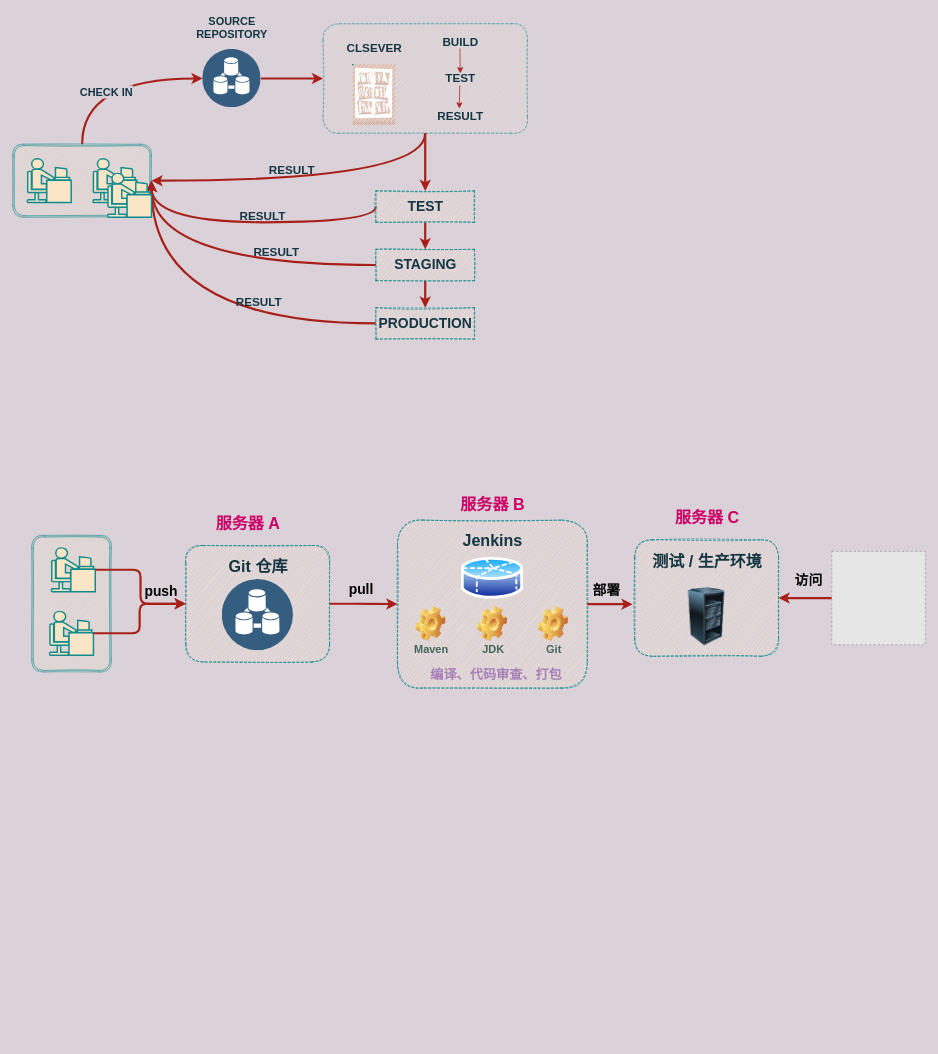
The draw.io diagram Jenkins.drawio in C-wx/MindManager, before the edit. Source tidied: cells renumbered, new cells numbered last; positions are measured from the earlier drawing's top-left corner, leaving out a move shared by most shapes. Both pictures are drawn from the tidied source at 73%, with x=0, y=0 at pixel (12, 12). Pictures stored in the file or linked from it are replaced by grey dashed boxes.
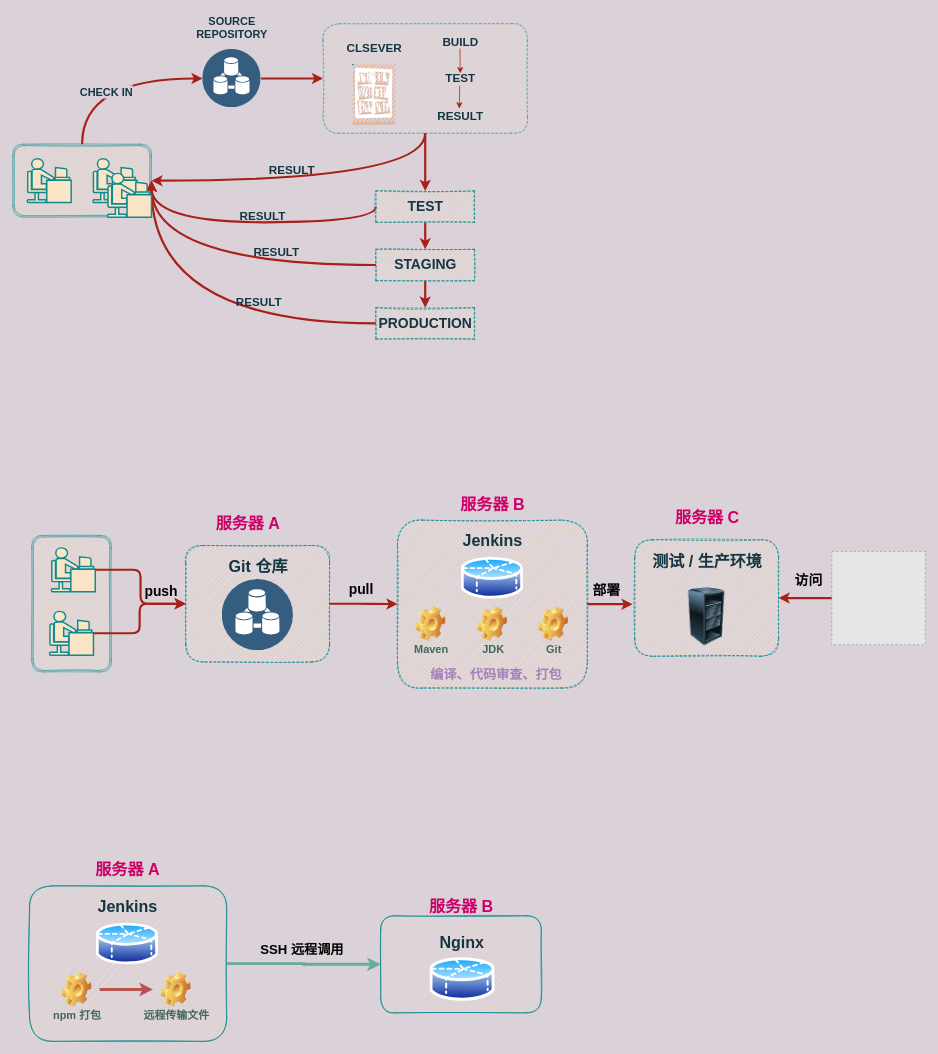
The same page after the edit.

The edit, as a diff of the source:
```diff
@@
+    <mxCell id="74" value="&lt;font style=&quot;font-size: 22px&quot;&gt;&lt;b&gt;服务器 A&lt;/b&gt;&lt;/font&gt;" style="text;html=1;align=center;verticalAlign=middle;fontSize=16;fontColor=#CC0066;" parent="1" vertex="1">
+      <mxGeometry x="108" y="1162" width="98" height="25" as="geometry" />
+    </mxCell>
+    <mxCell id="75" style="edgeStyle=orthogonalEdgeStyle;rounded=0;jettySize=auto;html=1;exitX=1;exitY=0.5;exitDx=0;exitDy=0;entryX=0;entryY=0.5;entryDx=0;entryDy=0;strokeWidth=4;strokeColor=#67AB9F;" parent="1" edge="1" source="77" target="88">
+      <mxGeometry relative="1" as="geometry" />
+    </mxCell>
+    <mxCell id="76" value="&lt;font style=&quot;font-size: 18px&quot;&gt;&lt;b&gt;SSH 远程调用&lt;/b&gt;&lt;/font&gt;" style="edgeLabel;html=1;align=center;verticalAlign=middle;labelBackgroundColor=none;" parent="75" vertex="1">
+      <mxGeometry x="0.15" y="2" relative="1" as="geometry">
+        <mxPoint x="-19" y="-18.5" as="offset" />
+      </mxGeometry>
+    </mxCell>
+    <mxCell id="77" style="rounded=1;whiteSpace=wrap;html=1;labelBackgroundColor=none;sketch=1;strokeColor=#0F8B8D;fillColor=#FAE5C7;fontSize=16;fontColor=#143642;disableMultiStrokeFill=1;" parent="1" vertex="1">
+      <mxGeometry x="23" y="1196" width="270" height="213" as="geometry" />
+    </mxCell>
+    <mxCell id="78" value="&lt;font style=&quot;font-size: 22px&quot;&gt;&lt;b&gt;Jenkins&lt;/b&gt;&lt;/font&gt;" style="text;html=1;align=center;verticalAlign=middle;fontSize=16;fontColor=#143642;" parent="1" vertex="1">
+      <mxGeometry x="111" y="1212" width="92" height="25" as="geometry" />
+    </mxCell>
+    <mxCell id="79" style="perimeter=ellipsePerimeter;html=1;align=center;shadow=0;dashed=0;spacingTop=3;image;image=img/lib/active_directory/database_partition_5.svg;rounded=0;labelBackgroundColor=none;sketch=1;strokeColor=#0F8B8D;fillColor=#FAE5C7;fontSize=16;fontColor=#CC0066;" parent="1" vertex="1">
+      <mxGeometry x="114.4" y="1244" width="85.1" height="63" as="geometry" />
+    </mxCell>
+    <mxCell id="80" style="group;" parent="1" vertex="1">
+      <mxGeometry x="59" y="1314" width="67" height="70" as="geometry" />
+    </mxCell>
+    <mxCell id="81" style="shape=image;html=1;verticalLabelPosition=bottom;verticalAlign=top;imageAspect=1;image=img/clipart/Gear_128x128.png;rounded=0;dashed=1;labelBackgroundColor=none;sketch=1;strokeColor=#0F8B8D;fillColor=#FAE5C7;fontSize=16;fontColor=#000000;" parent="80" vertex="1">
+      <mxGeometry x="8" width="40.9" height="48" as="geometry" />
+    </mxCell>
+    <mxCell id="82" value="npm 打包" style="text;html=1;align=center;verticalAlign=middle;fontSize=15;fontColor=#41665C;fontStyle=1;" parent="80" vertex="1">
+      <mxGeometry x="-9" y="48" width="76" height="22" as="geometry" />
+    </mxCell>
+    <mxCell id="83" style="group;" parent="1" vertex="1">
+      <mxGeometry x="195" y="1314" width="79" height="70" as="geometry" />
+    </mxCell>
+    <mxCell id="84" value="远程传输文件" style="text;html=1;align=center;verticalAlign=middle;fontSize=15;fontColor=#41665C;fontStyle=1;" parent="83" vertex="1">
+      <mxGeometry x="-21" y="48" width="100" height="22" as="geometry" />
+    </mxCell>
+    <mxCell id="85" style="shape=image;html=1;verticalLabelPosition=bottom;verticalAlign=top;imageAspect=1;image=img/clipart/Gear_128x128.png;rounded=0;dashed=1;labelBackgroundColor=none;sketch=1;strokeColor=#0F8B8D;fillColor=#FAE5C7;fontSize=16;fontColor=#000000;" parent="1" vertex="1">
+      <mxGeometry x="203" y="1314" width="40.9" height="48" as="geometry" />
+    </mxCell>
+    <mxCell id="86" style="edgeStyle=orthogonalEdgeStyle;rounded=0;orthogonalLoop=1;jettySize=auto;html=1;strokeWidth=4;strokeColor=#b85450;fillColor=#f8cecc;" parent="1" edge="1">
+      <mxGeometry relative="1" as="geometry">
+        <mxPoint x="119" y="1338" as="sourcePoint" />
+        <mxPoint x="192" y="1338" as="targetPoint" />
+      </mxGeometry>
+    </mxCell>
+    <mxCell id="87" value="&lt;font style=&quot;font-size: 22px&quot;&gt;&lt;b&gt;服务器 B&lt;/b&gt;&lt;/font&gt;" style="text;html=1;align=center;verticalAlign=middle;fontSize=16;fontColor=#CC0066;" parent="1" vertex="1">
+      <mxGeometry x="565" y="1212" width="98" height="25" as="geometry" />
+    </mxCell>
+    <mxCell id="88" style="rounded=1;whiteSpace=wrap;html=1;labelBackgroundColor=none;sketch=1;strokeColor=#0F8B8D;fillColor=#FAE5C7;fontSize=16;fontColor=#143642;disableMultiStrokeFill=1;" parent="1" vertex="1">
+      <mxGeometry x="504" y="1237" width="220" height="133" as="geometry" />
+    </mxCell>
+    <mxCell id="89" value="&lt;font style=&quot;font-size: 22px&quot;&gt;&lt;b&gt;Nginx&lt;/b&gt;&lt;/font&gt;" style="text;html=1;align=center;verticalAlign=middle;fontSize=16;fontColor=#143642;" parent="1" vertex="1">
+      <mxGeometry x="579" y="1262" width="71" height="25" as="geometry" />
+    </mxCell>
+    <mxCell id="90" style="perimeter=ellipsePerimeter;html=1;align=center;shadow=0;dashed=0;spacingTop=3;image;image=img/lib/active_directory/database_partition_5.svg;rounded=0;labelBackgroundColor=none;sketch=1;strokeColor=#0F8B8D;fillColor=#FAE5C7;fontSize=16;fontColor=#CC0066;" parent="1" vertex="1">
+      <mxGeometry x="571.4" y="1291" width="89.2" height="66" as="geometry" />
+    </mxCell>
```
